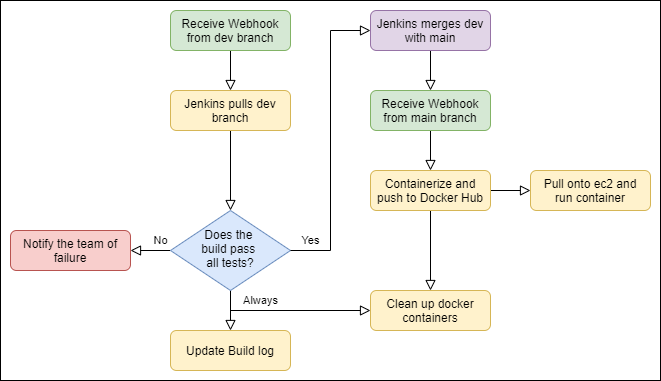
Above: images/pipeline.png in SaCut/eng84_final_CICD (draw.io), before the change. Source tidied: cells renumbered, new cells last; positions are measured from the earlier drawing's top-left corner, leaving out a move shared by most shapes.
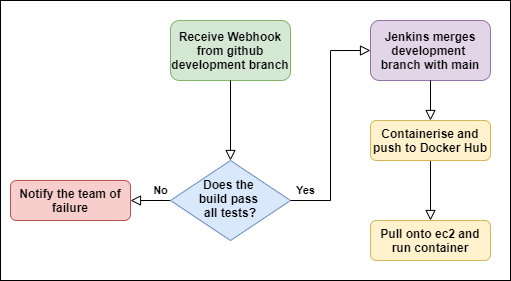
Above is the later version.

What changed in the source:
```diff
@@ -1,69 +1,42 @@
 <mxGraphModel>
   <root>
-    <mxCell id="0" />
-    <mxCell id="1" parent="0" />
-    <mxCell id="2" style="rounded=0;whiteSpace=wrap;html=1;" parent="1" vertex="1">
-      <mxGeometry width="660" height="380" as="geometry" />
-    </mxCell>
+    <mxCell id="23" />
+    <mxCell id="24" parent="23" />
+    <mxCell id="25" style="rounded=0;whiteSpace=wrap;html=1;" parent="24" vertex="1">
+      <mxGeometry y="50" width="510" height="280" as="geometry" />
+    </mxCell>
-    <mxCell id="3" value="No" style="edgeStyle=orthogonalEdgeStyle;rounded=0;html=1;jettySize=auto;fontSize=11;endArrow=block;endFill=0;endSize=8;strokeWidth=1;shadow=0;labelBackgroundColor=none;" parent="1" edge="1" source="6" target="7">
+    <mxCell id="3" value="No" style="edgeStyle=orthogonalEdgeStyle;rounded=0;html=1;jettySize=auto;fontSize=11;endArrow=block;endFill=0;endSize=8;strokeWidth=1;shadow=0;labelBackgroundColor=none;fontStyle=1;" parent="24" edge="1" source="6" target="7">
       <mxGeometry x="-0.5" y="-10" relative="1" as="geometry" />
     </mxCell>
-    <mxCell id="4" value="Always" style="edgeStyle=orthogonalEdgeStyle;rounded=0;jettySize=auto;html=1;exitX=0.5;exitY=1;exitDx=0;exitDy=0;entryX=0;entryY=0.5;entryDx=0;entryDy=0;endArrow=block;endFill=0;endSize=8;" parent="1" edge="1" source="6" target="13">
-      <mxGeometry x="-0.38" y="10" relative="1" as="geometry" />
-    </mxCell>
-    <mxCell id="5" style="edgeStyle=orthogonalEdgeStyle;rounded=0;jettySize=auto;html=1;exitX=0.5;exitY=1;exitDx=0;exitDy=0;entryX=0.5;entryY=0;entryDx=0;entryDy=0;endArrow=block;endFill=0;endSize=8;" parent="1" edge="1" source="6" target="22">
-      <mxGeometry relative="1" as="geometry" />
-    </mxCell>
-    <mxCell id="6" value="Does the &lt;br&gt;build pass &lt;br&gt;all tests?" style="rhombus;whiteSpace=wrap;html=1;shadow=0;fontFamily=Helvetica;fontSize=12;align=center;strokeWidth=1;spacing=6;spacingTop=-4;fillColor=#dae8fc;strokeColor=#6c8ebf;" parent="1" vertex="1">
+    <mxCell id="6" value="&lt;b&gt;Does the &lt;br&gt;build pass &lt;br&gt;all tests?&lt;/b&gt;" style="rhombus;whiteSpace=wrap;html=1;shadow=0;fontFamily=Helvetica;fontSize=12;align=center;strokeWidth=1;spacing=6;spacingTop=-4;fillColor=#dae8fc;strokeColor=#6c8ebf;" parent="24" vertex="1">
       <mxGeometry x="170" y="210" width="120" height="80" as="geometry" />
     </mxCell>
-    <mxCell id="7" value="Notify the team of failure" style="rounded=1;whiteSpace=wrap;html=1;fontSize=12;glass=0;strokeWidth=1;shadow=0;fillColor=#f8cecc;strokeColor=#b85450;" parent="1" vertex="1">
+    <mxCell id="7" value="&lt;b&gt;Notify the team of failure&lt;/b&gt;" style="rounded=1;whiteSpace=wrap;html=1;fontSize=12;glass=0;strokeWidth=1;shadow=0;fillColor=#f8cecc;strokeColor=#b85450;" parent="24" vertex="1">
       <mxGeometry x="10" y="230" width="120" height="40" as="geometry" />
     </mxCell>
-    <mxCell id="8" value="Pull onto ec2 and&lt;br&gt;run container" style="rounded=1;whiteSpace=wrap;html=1;fontSize=12;glass=0;strokeWidth=1;shadow=0;fillColor=#fff2cc;strokeColor=#d6b656;" parent="1" vertex="1">
-      <mxGeometry x="530" y="170" width="120" height="40" as="geometry" />
+    <mxCell id="8" value="&lt;b&gt;Pull onto ec2 and&lt;br&gt;run container&lt;/b&gt;" style="rounded=1;whiteSpace=wrap;html=1;fontSize=12;glass=0;strokeWidth=1;shadow=0;fillColor=#fff2cc;strokeColor=#d6b656;" parent="24" vertex="1">
+      <mxGeometry x="370" y="270" width="120" height="40" as="geometry" />
     </mxCell>
-    <mxCell id="9" style="edgeStyle=orthogonalEdgeStyle;rounded=0;jettySize=auto;html=1;exitX=0.5;exitY=1;exitDx=0;exitDy=0;entryX=0.5;entryY=0;entryDx=0;entryDy=0;endSize=8;endArrow=block;endFill=0;" parent="1" edge="1" source="10" target="12">
-      <mxGeometry relative="1" as="geometry" />
-    </mxCell>
-    <mxCell id="10" value="Receive Webhook from dev branch" style="rounded=1;whiteSpace=wrap;html=1;fontSize=12;glass=0;strokeWidth=1;shadow=0;fillColor=#d5e8d4;strokeColor=#82b366;" parent="1" vertex="1">
-      <mxGeometry x="170" y="10" width="120" height="40" as="geometry" />
-    </mxCell>
-    <mxCell id="11" style="edgeStyle=orthogonalEdgeStyle;rounded=0;jettySize=auto;html=1;exitX=0.5;exitY=1;exitDx=0;exitDy=0;endArrow=block;endFill=0;endSize=8;" parent="1" edge="1" source="12" target="6">
-      <mxGeometry relative="1" as="geometry" />
-    </mxCell>
-    <mxCell id="12" value="Jenkins pulls dev branch" style="rounded=1;whiteSpace=wrap;html=1;fontSize=12;glass=0;strokeWidth=1;shadow=0;fillColor=#fff2cc;strokeColor=#d6b656;" parent="1" vertex="1">
-      <mxGeometry x="170" y="90" width="120" height="40" as="geometry" />
-    </mxCell>
-    <mxCell id="13" value="Clean up docker containers" style="rounded=1;whiteSpace=wrap;html=1;fontSize=12;glass=0;strokeWidth=1;shadow=0;fillColor=#fff2cc;strokeColor=#d6b656;" parent="1" vertex="1">
-      <mxGeometry x="370" y="290" width="120" height="40" as="geometry" />
-    </mxCell>
-    <mxCell id="14" style="edgeStyle=orthogonalEdgeStyle;rounded=0;jettySize=auto;html=1;exitX=0.5;exitY=1;exitDx=0;exitDy=0;entryX=0.5;entryY=0;entryDx=0;entryDy=0;endArrow=block;endFill=0;endSize=8;" parent="1" edge="1" source="15" target="18">
-      <mxGeometry relative="1" as="geometry" />
-    </mxCell>
-    <mxCell id="15" value="Jenkins merges dev with main" style="rounded=1;whiteSpace=wrap;html=1;fontSize=12;glass=0;strokeWidth=1;shadow=0;fillColor=#e1d5e7;strokeColor=#9673a6;" parent="1" vertex="1">
-      <mxGeometry x="370" y="10" width="120" height="40" as="geometry" />
-    </mxCell>
+    <mxCell id="26" value="&lt;b&gt;Receive Webhook from github development branch&lt;/b&gt;" style="rounded=1;whiteSpace=wrap;html=1;fontSize=12;glass=0;strokeWidth=1;shadow=0;fillColor=#d5e8d4;strokeColor=#82b366;" parent="24" vertex="1">
+      <mxGeometry x="170" y="70" width="120" height="60" as="geometry" />
+    </mxCell>
+    <mxCell id="27" style="edgeStyle=orthogonalEdgeStyle;rounded=0;jettySize=auto;html=1;exitX=0.5;exitY=1;exitDx=0;exitDy=0;endArrow=block;endFill=0;endSize=8;" parent="24" edge="1" source="26" target="6">
+      <mxGeometry relative="1" as="geometry" />
+    </mxCell>
+    <mxCell id="28" value="&lt;b&gt;Jenkins merges development &lt;br&gt;branch with main&lt;/b&gt;" style="rounded=1;whiteSpace=wrap;html=1;fontSize=12;glass=0;strokeWidth=1;shadow=0;fillColor=#e1d5e7;strokeColor=#9673a6;" parent="24" vertex="1">
+      <mxGeometry x="370" y="70" width="120" height="60" as="geometry" />
+    </mxCell>
-    <mxCell id="16" value="Yes" style="edgeStyle=orthogonalEdgeStyle;rounded=0;html=1;jettySize=auto;fontSize=11;endArrow=block;endFill=0;endSize=8;strokeWidth=1;shadow=0;labelBackgroundColor=none;exitX=1;exitY=0.5;exitDx=0;exitDy=0;entryX=0;entryY=0.5;entryDx=0;entryDy=0;" parent="1" edge="1" source="6" target="15">
+    <mxCell id="16" value="Yes" style="edgeStyle=orthogonalEdgeStyle;rounded=0;html=1;jettySize=auto;fontSize=11;endArrow=block;endFill=0;endSize=8;strokeWidth=1;shadow=0;labelBackgroundColor=none;exitX=1;exitY=0.5;exitDx=0;exitDy=0;entryX=0;entryY=0.5;entryDx=0;entryDy=0;fontStyle=1;" parent="24" edge="1" source="6" target="28">
       <mxGeometry x="-0.87" y="10" relative="1" as="geometry" />
     </mxCell>
-    <mxCell id="17" style="edgeStyle=orthogonalEdgeStyle;rounded=0;jettySize=auto;html=1;exitX=0.5;exitY=1;exitDx=0;exitDy=0;entryX=0.5;entryY=0;entryDx=0;entryDy=0;endArrow=block;endFill=0;endSize=8;" parent="1" edge="1" source="18" target="21">
-      <mxGeometry relative="1" as="geometry" />
-    </mxCell>
-    <mxCell id="18" value="Receive Webhook from main&amp;nbsp;branch" style="rounded=1;whiteSpace=wrap;html=1;fontSize=12;glass=0;strokeWidth=1;shadow=0;fillColor=#d5e8d4;strokeColor=#82b366;" parent="1" vertex="1">
-      <mxGeometry x="370" y="90" width="120" height="40" as="geometry" />
-    </mxCell>
-    <mxCell id="19" style="edgeStyle=orthogonalEdgeStyle;rounded=0;jettySize=auto;html=1;exitX=1;exitY=0.5;exitDx=0;exitDy=0;endArrow=block;endFill=0;endSize=8;entryX=0;entryY=0.5;entryDx=0;entryDy=0;" parent="1" edge="1" source="21" target="8">
-      <mxGeometry relative="1" as="geometry" />
-    </mxCell>
-    <mxCell id="20" style="edgeStyle=orthogonalEdgeStyle;rounded=0;jettySize=auto;html=1;exitX=0.5;exitY=1;exitDx=0;exitDy=0;entryX=0.5;entryY=0;entryDx=0;entryDy=0;endArrow=block;endFill=0;endSize=8;" parent="1" edge="1" source="21" target="13">
-      <mxGeometry relative="1" as="geometry" />
-    </mxCell>
-    <mxCell id="21" value="Containerize and push to Docker Hub" style="rounded=1;whiteSpace=wrap;html=1;fontSize=12;glass=0;strokeWidth=1;shadow=0;fillColor=#fff2cc;strokeColor=#d6b656;" parent="1" vertex="1">
-      <mxGeometry x="370" y="170" width="120" height="40" as="geometry" />
-    </mxCell>
-    <mxCell id="22" value="Update Build log" style="rounded=1;whiteSpace=wrap;html=1;fontSize=12;glass=0;strokeWidth=1;shadow=0;fillColor=#fff2cc;strokeColor=#d6b656;" parent="1" vertex="1">
-      <mxGeometry x="170" y="330" width="120" height="40" as="geometry" />
-    </mxCell>
+    <mxCell id="29" style="edgeStyle=orthogonalEdgeStyle;rounded=0;jettySize=auto;html=1;exitX=0.5;exitY=1;exitDx=0;exitDy=0;entryX=0.5;entryY=0;entryDx=0;entryDy=0;endArrow=block;endFill=0;endSize=8;exitPerimeter=0;" parent="24" edge="1" source="28" target="31">
+      <mxGeometry relative="1" as="geometry" />
+    </mxCell>
+    <mxCell id="30" style="edgeStyle=orthogonalEdgeStyle;rounded=0;jettySize=auto;html=1;exitX=0.5;exitY=1;exitDx=0;exitDy=0;endArrow=block;endFill=0;endSize=8;entryX=0.5;entryY=0;entryDx=0;entryDy=0;" parent="24" edge="1" source="31" target="8">
+      <mxGeometry relative="1" as="geometry" />
+    </mxCell>
+    <mxCell id="31" value="&lt;b&gt;Containerise and push to Docker Hub&lt;/b&gt;" style="rounded=1;whiteSpace=wrap;html=1;fontSize=12;glass=0;strokeWidth=1;shadow=0;fillColor=#fff2cc;strokeColor=#d6b656;" parent="24" vertex="1">
+      <mxGeometry x="370" y="170" width="120" height="40" as="geometry" />
+    </mxCell>
   </root>
 </mxGraphModel>
```
